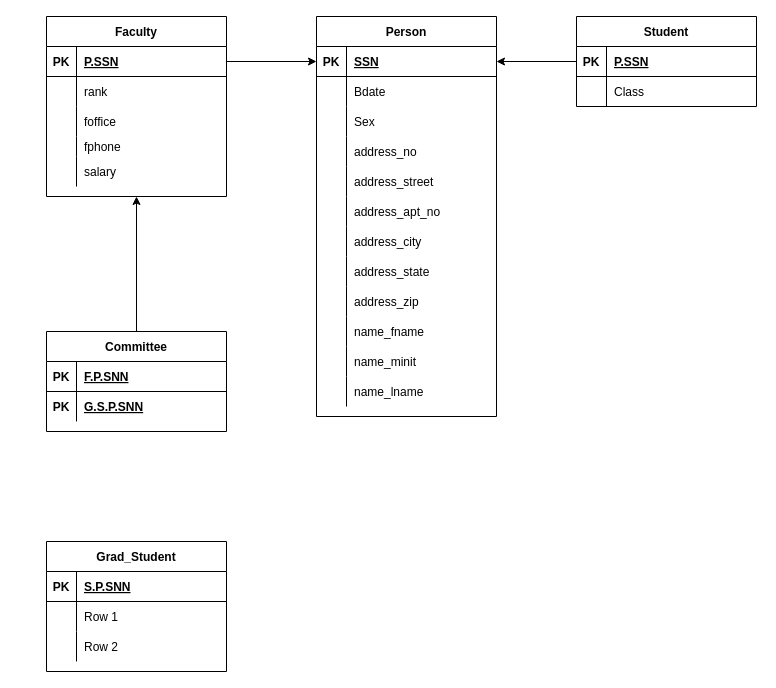
maxwell882000/Diagram keeps this draw.io diagram as Untitled Diagram.drawio. Above is the earlier version. Source tidied: cells renumbered, new cells numbered last; positions are measured from the earlier drawing's top-left corner, leaving out a move shared by most shapes. Both pictures are drawn from the tidied source at 100%, with x=0, y=0 at pixel (46, 16).
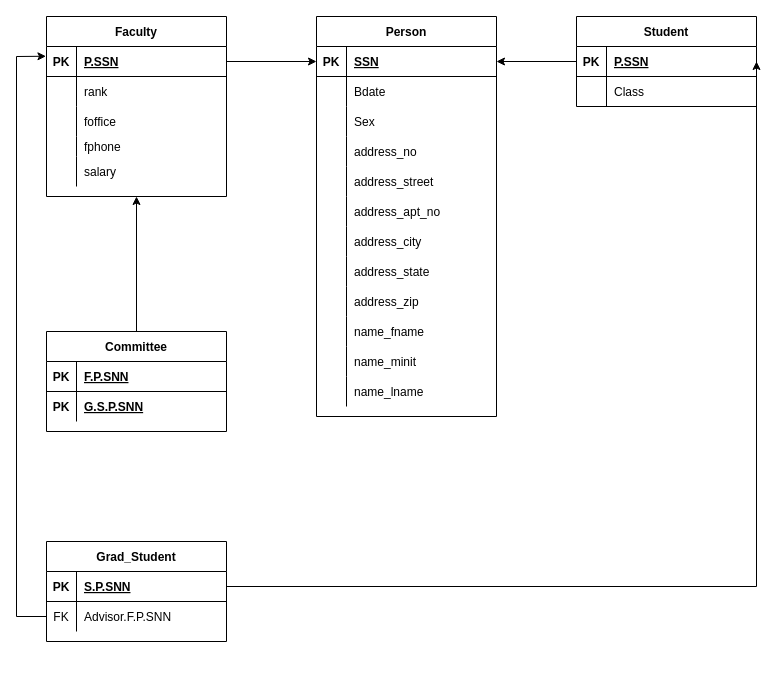
After the change.

Unchanged cells that the change refers to:
```xml
<mxCell id="41" style="shape=tableRow;horizontal=0;startSize=0;swimlaneHead=0;swimlaneBody=0;fillColor=none;points=[[0,0.5],[1,0.5]];portConstraint=eastwest;top=0;left=0;right=0;bottom=1;" parent="40" vertex="1">
  <mxGeometry y="30" width="180" height="30" as="geometry" />
</mxCell>
<mxCell id="57" style="shape=tableRow;horizontal=0;startSize=0;swimlaneHead=0;swimlaneBody=0;fillColor=none;points=[[0,0.5],[1,0.5]];portConstraint=eastwest;top=0;left=0;right=0;bottom=1;" parent="56" vertex="1">
  <mxGeometry y="30" width="180" height="30" as="geometry" />
</mxCell>
<mxCell id="73" style="shape=tableRow;horizontal=0;startSize=0;swimlaneHead=0;swimlaneBody=0;fillColor=none;points=[[0,0.5],[1,0.5]];portConstraint=eastwest;top=0;left=0;right=0;bottom=1;" parent="72" vertex="1">
  <mxGeometry y="30" width="180" height="30" as="geometry" />
</mxCell>
<mxCell id="76" style="shape=tableRow;horizontal=0;startSize=0;swimlaneHead=0;swimlaneBody=0;fillColor=none;points=[[0,0.5],[1,0.5]];portConstraint=eastwest;top=0;left=0;right=0;bottom=0;" parent="72" vertex="1">
  <mxGeometry y="60" width="180" height="30" as="geometry" />
</mxCell>
```

Diff of the diagram source:
```diff
@@
     <mxCell id="72" value="Grad_Student" style="shape=table;startSize=30;childLayout=tableLayout;rowLines=0;fontStyle=1;align=center;" parent="1" vertex="1">
-      <mxGeometry y="525" width="180" height="130" as="geometry" />
+      <mxGeometry y="525" width="180" height="100" as="geometry" />
     </mxCell>
@@
-    <mxCell id="77" style="shape=partialRectangle;fillColor=none;top=0;left=0;bottom=0;right=0;overflow=hidden;" parent="76" vertex="1">
+    <mxCell id="77" value="FK" style="shape=partialRectangle;fillColor=none;top=0;left=0;bottom=0;right=0;overflow=hidden;" parent="76" vertex="1">
       <mxGeometry width="30" height="30" as="geometry" />
     </mxCell>
-    <mxCell id="78" value="Row 1" style="shape=partialRectangle;fillColor=none;top=0;left=0;bottom=0;right=0;align=left;spacingLeft=6;overflow=hidden;" parent="76" vertex="1">
+    <mxCell id="78" value="Advisor.F.P.SNN" style="shape=partialRectangle;fillColor=none;top=0;left=0;bottom=0;right=0;align=left;spacingLeft=6;overflow=hidden;" parent="76" vertex="1">
       <mxGeometry x="30" width="150" height="30" as="geometry" />
     </mxCell>
-    <mxCell id="79" style="shape=tableRow;horizontal=0;startSize=0;swimlaneHead=0;swimlaneBody=0;fillColor=none;top=0;left=0;right=0;bottom=0;" parent="72" vertex="1">
-      <mxGeometry y="90" width="180" height="30" as="geometry" />
-    </mxCell>
-    <mxCell id="80" style="shape=partialRectangle;fillColor=none;top=0;left=0;bottom=0;right=0;overflow=hidden;" parent="79" vertex="1">
-      <mxGeometry width="30" height="30" as="geometry" />
-    </mxCell>
-    <mxCell id="81" value="Row 2" style="shape=partialRectangle;fillColor=none;top=0;left=0;bottom=0;right=0;align=left;spacingLeft=6;overflow=hidden;" parent="79" vertex="1">
-      <mxGeometry x="30" width="150" height="30" as="geometry" />
-    </mxCell>
+    <mxCell id="82" style="endArrow=classic;html=1;rounded=0;exitX=0;exitY=0.5;exitDx=0;exitDy=0;entryX=-0.003;entryY=0.325;entryDx=0;entryDy=0;entryPerimeter=0;" parent="1" edge="1" source="76" target="41">
+      <mxGeometry relative="1" as="geometry">
+        <Array as="points">
+          <mxPoint x="-30" y="600" />
+          <mxPoint x="-30" y="40" />
+        </Array>
+      </mxGeometry>
+    </mxCell>
+    <mxCell id="83" style="endArrow=classic;html=1;rounded=0;exitX=1;exitY=0.5;exitDx=0;exitDy=0;entryX=1;entryY=0.5;entryDx=0;entryDy=0;" parent="1" edge="1" source="73" target="57">
+      <mxGeometry relative="1" as="geometry">
+        <Array as="points">
+          <mxPoint x="710" y="570" />
+        </Array>
+      </mxGeometry>
+    </mxCell>
```
